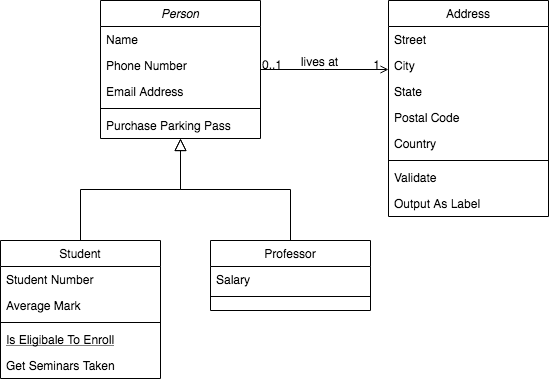
nicolaszanni/Programaci-n1 keeps this draw.io diagram as Untitled Diagram.png. Above is the earlier version. Source tidied: cells renumbered, new cells last; positions are measured from the earlier drawing's top-left corner, leaving out a move shared by most shapes. Source of this version:
```xml
<mxGraphModel>
  <root>
    <mxCell id="0" />
    <mxCell id="1" parent="0" />
    <mxCell id="2" value="Person" style="swimlane;fontStyle=2;align=center;verticalAlign=top;horizontal=1;startSize=26;rounded=0;shadow=0;strokeWidth=1;" parent="1" vertex="1">
      <mxGeometry x="100" width="160" height="138" as="geometry" />
    </mxCell>
    <mxCell id="3" value="Name" style="text;align=left;verticalAlign=top;spacingLeft=4;spacingRight=4;overflow=hidden;" parent="2" vertex="1">
      <mxGeometry y="26" width="160" height="26" as="geometry" />
    </mxCell>
    <mxCell id="4" value="Phone Number" style="text;align=left;verticalAlign=top;spacingLeft=4;spacingRight=4;overflow=hidden;rounded=0;shadow=0;html=0;" parent="2" vertex="1">
      <mxGeometry y="52" width="160" height="26" as="geometry" />
    </mxCell>
    <mxCell id="5" value="Email Address" style="text;align=left;verticalAlign=top;spacingLeft=4;spacingRight=4;overflow=hidden;rounded=0;shadow=0;html=0;" parent="2" vertex="1">
      <mxGeometry y="78" width="160" height="26" as="geometry" />
    </mxCell>
    <mxCell id="6" style="line;html=1;strokeWidth=1;align=left;verticalAlign=middle;spacingTop=-1;spacingLeft=3;spacingRight=3;labelPosition=right;" parent="2" vertex="1">
      <mxGeometry y="104" width="160" height="8" as="geometry" />
    </mxCell>
    <mxCell id="7" value="Purchase Parking Pass" style="text;align=left;verticalAlign=top;spacingLeft=4;spacingRight=4;overflow=hidden;" parent="2" vertex="1">
      <mxGeometry y="112" width="160" height="26" as="geometry" />
    </mxCell>
    <mxCell id="8" value="Student" style="swimlane;fontStyle=0;align=center;verticalAlign=top;horizontal=1;startSize=26;rounded=0;shadow=0;strokeWidth=1;" parent="1" vertex="1">
      <mxGeometry y="240" width="160" height="138" as="geometry" />
    </mxCell>
    <mxCell id="9" value="Student Number" style="text;align=left;verticalAlign=top;spacingLeft=4;spacingRight=4;overflow=hidden;" parent="8" vertex="1">
      <mxGeometry y="26" width="160" height="26" as="geometry" />
    </mxCell>
    <mxCell id="10" value="Average Mark" style="text;align=left;verticalAlign=top;spacingLeft=4;spacingRight=4;overflow=hidden;rounded=0;shadow=0;html=0;" parent="8" vertex="1">
      <mxGeometry y="52" width="160" height="26" as="geometry" />
    </mxCell>
    <mxCell id="11" style="line;html=1;strokeWidth=1;align=left;verticalAlign=middle;spacingTop=-1;spacingLeft=3;spacingRight=3;labelPosition=right;" parent="8" vertex="1">
      <mxGeometry y="78" width="160" height="8" as="geometry" />
    </mxCell>
    <mxCell id="12" value="Is Eligibale To Enroll" style="text;align=left;verticalAlign=top;spacingLeft=4;spacingRight=4;overflow=hidden;fontStyle=4;" parent="8" vertex="1">
      <mxGeometry y="86" width="160" height="26" as="geometry" />
    </mxCell>
    <mxCell id="13" value="Get Seminars Taken" style="text;align=left;verticalAlign=top;spacingLeft=4;spacingRight=4;overflow=hidden;" parent="8" vertex="1">
      <mxGeometry y="112" width="160" height="26" as="geometry" />
    </mxCell>
    <mxCell id="14" style="endArrow=block;endSize=10;endFill=0;shadow=0;strokeWidth=1;rounded=0;edgeStyle=elbowEdgeStyle;elbow=vertical;" parent="1" edge="1" source="8" target="2">
      <mxGeometry relative="1" as="geometry" />
    </mxCell>
    <mxCell id="15" value="Professor" style="swimlane;fontStyle=0;align=center;verticalAlign=top;horizontal=1;startSize=26;rounded=0;shadow=0;strokeWidth=1;" parent="1" vertex="1">
      <mxGeometry x="210" y="240" width="160" height="70" as="geometry" />
    </mxCell>
    <mxCell id="16" value="Salary" style="text;align=left;verticalAlign=top;spacingLeft=4;spacingRight=4;overflow=hidden;" parent="15" vertex="1">
      <mxGeometry y="26" width="160" height="26" as="geometry" />
    </mxCell>
    <mxCell id="17" style="line;html=1;strokeWidth=1;align=left;verticalAlign=middle;spacingTop=-1;spacingLeft=3;spacingRight=3;labelPosition=right;" parent="15" vertex="1">
      <mxGeometry y="52" width="160" height="8" as="geometry" />
    </mxCell>
    <mxCell id="18" style="endArrow=block;endSize=10;endFill=0;shadow=0;strokeWidth=1;rounded=0;edgeStyle=elbowEdgeStyle;elbow=vertical;" parent="1" edge="1" source="15" target="2">
      <mxGeometry relative="1" as="geometry" />
    </mxCell>
    <mxCell id="19" value="Address" style="swimlane;fontStyle=0;align=center;verticalAlign=top;horizontal=1;startSize=26;rounded=0;shadow=0;strokeWidth=1;" parent="1" vertex="1">
      <mxGeometry x="388" width="160" height="216" as="geometry" />
    </mxCell>
    <mxCell id="20" value="Street" style="text;align=left;verticalAlign=top;spacingLeft=4;spacingRight=4;overflow=hidden;" parent="19" vertex="1">
      <mxGeometry y="26" width="160" height="26" as="geometry" />
    </mxCell>
    <mxCell id="21" value="City" style="text;align=left;verticalAlign=top;spacingLeft=4;spacingRight=4;overflow=hidden;rounded=0;shadow=0;html=0;" parent="19" vertex="1">
      <mxGeometry y="52" width="160" height="26" as="geometry" />
    </mxCell>
    <mxCell id="22" value="State" style="text;align=left;verticalAlign=top;spacingLeft=4;spacingRight=4;overflow=hidden;rounded=0;shadow=0;html=0;" parent="19" vertex="1">
      <mxGeometry y="78" width="160" height="26" as="geometry" />
    </mxCell>
    <mxCell id="23" value="Postal Code" style="text;align=left;verticalAlign=top;spacingLeft=4;spacingRight=4;overflow=hidden;rounded=0;shadow=0;html=0;" parent="19" vertex="1">
      <mxGeometry y="104" width="160" height="26" as="geometry" />
    </mxCell>
    <mxCell id="24" value="Country" style="text;align=left;verticalAlign=top;spacingLeft=4;spacingRight=4;overflow=hidden;rounded=0;shadow=0;html=0;" parent="19" vertex="1">
      <mxGeometry y="130" width="160" height="26" as="geometry" />
    </mxCell>
    <mxCell id="25" style="line;html=1;strokeWidth=1;align=left;verticalAlign=middle;spacingTop=-1;spacingLeft=3;spacingRight=3;labelPosition=right;" parent="19" vertex="1">
      <mxGeometry y="156" width="160" height="8" as="geometry" />
    </mxCell>
    <mxCell id="26" value="Validate" style="text;align=left;verticalAlign=top;spacingLeft=4;spacingRight=4;overflow=hidden;" parent="19" vertex="1">
      <mxGeometry y="164" width="160" height="26" as="geometry" />
    </mxCell>
    <mxCell id="27" value="Output As Label" style="text;align=left;verticalAlign=top;spacingLeft=4;spacingRight=4;overflow=hidden;" parent="19" vertex="1">
      <mxGeometry y="190" width="160" height="26" as="geometry" />
    </mxCell>
    <mxCell id="28" style="endArrow=open;shadow=0;strokeWidth=1;rounded=0;endFill=1;edgeStyle=elbowEdgeStyle;elbow=vertical;" parent="1" edge="1" source="2" target="19">
      <mxGeometry x="0.5" y="41" relative="1" as="geometry">
        <mxPoint x="-40" y="32" as="offset" />
      </mxGeometry>
    </mxCell>
    <mxCell id="29" value="0..1" style="align=left;verticalAlign=bottom;labelBackgroundColor=none;fontSize=12;" parent="28" vertex="1">
      <mxGeometry x="-1" relative="1" as="geometry">
        <mxPoint y="4" as="offset" />
      </mxGeometry>
    </mxCell>
    <mxCell id="30" value="1" style="align=right;verticalAlign=bottom;labelBackgroundColor=none;fontSize=12;" parent="28" vertex="1">
      <mxGeometry x="1" relative="1" as="geometry">
        <mxPoint x="-7" y="4" as="offset" />
      </mxGeometry>
    </mxCell>
    <mxCell id="31" value="lives at" style="text;html=1;align=center;verticalAlign=middle;labelBackgroundColor=none;rounded=0;shadow=0;strokeWidth=1;fontSize=12;" parent="28" vertex="1">
      <mxGeometry x="0.5" y="49" relative="1" as="geometry">
        <mxPoint x="-38" y="40" as="offset" />
      </mxGeometry>
    </mxCell>
  </root>
</mxGraphModel>
```
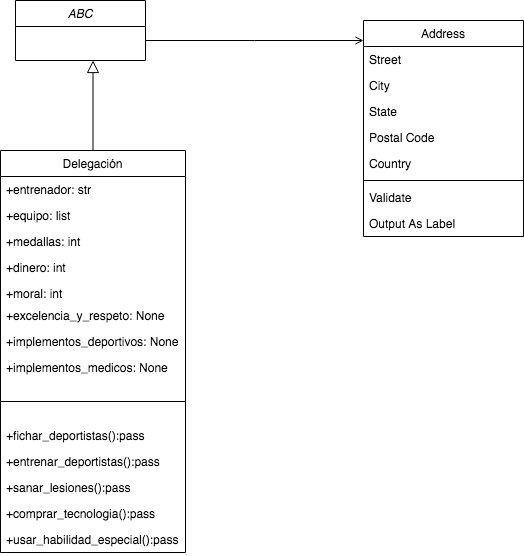
After the commit.

Commit message:
Diagrama de Clases T01

What changed in the source:
```diff
@@ -2,57 +2,13 @@
   <root>
     <mxCell id="0" />
     <mxCell id="1" parent="0" />
-    <mxCell id="2" value="Person" style="swimlane;fontStyle=2;align=center;verticalAlign=top;horizontal=1;startSize=26;rounded=0;shadow=0;strokeWidth=1;" parent="1" vertex="1">
-      <mxGeometry x="100" width="160" height="138" as="geometry" />
-    </mxCell>
-    <mxCell id="3" value="Name" style="text;align=left;verticalAlign=top;spacingLeft=4;spacingRight=4;overflow=hidden;" parent="2" vertex="1">
-      <mxGeometry y="26" width="160" height="26" as="geometry" />
-    </mxCell>
-    <mxCell id="4" value="Phone Number" style="text;align=left;verticalAlign=top;spacingLeft=4;spacingRight=4;overflow=hidden;rounded=0;shadow=0;html=0;" parent="2" vertex="1">
-      <mxGeometry y="52" width="160" height="26" as="geometry" />
-    </mxCell>
-    <mxCell id="5" value="Email Address" style="text;align=left;verticalAlign=top;spacingLeft=4;spacingRight=4;overflow=hidden;rounded=0;shadow=0;html=0;" parent="2" vertex="1">
-      <mxGeometry y="78" width="160" height="26" as="geometry" />
-    </mxCell>
-    <mxCell id="6" style="line;html=1;strokeWidth=1;align=left;verticalAlign=middle;spacingTop=-1;spacingLeft=3;spacingRight=3;labelPosition=right;" parent="2" vertex="1">
-      <mxGeometry y="104" width="160" height="8" as="geometry" />
-    </mxCell>
-    <mxCell id="7" value="Purchase Parking Pass" style="text;align=left;verticalAlign=top;spacingLeft=4;spacingRight=4;overflow=hidden;" parent="2" vertex="1">
-      <mxGeometry y="112" width="160" height="26" as="geometry" />
-    </mxCell>
-    <mxCell id="8" value="Student" style="swimlane;fontStyle=0;align=center;verticalAlign=top;horizontal=1;startSize=26;rounded=0;shadow=0;strokeWidth=1;" parent="1" vertex="1">
-      <mxGeometry y="240" width="160" height="138" as="geometry" />
-    </mxCell>
-    <mxCell id="9" value="Student Number" style="text;align=left;verticalAlign=top;spacingLeft=4;spacingRight=4;overflow=hidden;" parent="8" vertex="1">
-      <mxGeometry y="26" width="160" height="26" as="geometry" />
-    </mxCell>
-    <mxCell id="10" value="Average Mark" style="text;align=left;verticalAlign=top;spacingLeft=4;spacingRight=4;overflow=hidden;rounded=0;shadow=0;html=0;" parent="8" vertex="1">
-      <mxGeometry y="52" width="160" height="26" as="geometry" />
-    </mxCell>
-    <mxCell id="11" style="line;html=1;strokeWidth=1;align=left;verticalAlign=middle;spacingTop=-1;spacingLeft=3;spacingRight=3;labelPosition=right;" parent="8" vertex="1">
-      <mxGeometry y="78" width="160" height="8" as="geometry" />
-    </mxCell>
-    <mxCell id="12" value="Is Eligibale To Enroll" style="text;align=left;verticalAlign=top;spacingLeft=4;spacingRight=4;overflow=hidden;fontStyle=4;" parent="8" vertex="1">
-      <mxGeometry y="86" width="160" height="26" as="geometry" />
-    </mxCell>
-    <mxCell id="13" value="Get Seminars Taken" style="text;align=left;verticalAlign=top;spacingLeft=4;spacingRight=4;overflow=hidden;" parent="8" vertex="1">
-      <mxGeometry y="112" width="160" height="26" as="geometry" />
-    </mxCell>
     <mxCell id="14" style="endArrow=block;endSize=10;endFill=0;shadow=0;strokeWidth=1;rounded=0;edgeStyle=elbowEdgeStyle;elbow=vertical;" parent="1" edge="1" source="8" target="2">
-      <mxGeometry relative="1" as="geometry" />
+      <mxGeometry relative="1" as="geometry">
+        <Array as="points">
+          <mxPoint x="105" y="180" />
+        </Array>
+      </mxGeometry>
     </mxCell>
-    <mxCell id="15" value="Professor" style="swimlane;fontStyle=0;align=center;verticalAlign=top;horizontal=1;startSize=26;rounded=0;shadow=0;strokeWidth=1;" parent="1" vertex="1">
-      <mxGeometry x="210" y="240" width="160" height="70" as="geometry" />
-    </mxCell>
-    <mxCell id="16" value="Salary" style="text;align=left;verticalAlign=top;spacingLeft=4;spacingRight=4;overflow=hidden;" parent="15" vertex="1">
-      <mxGeometry y="26" width="160" height="26" as="geometry" />
-    </mxCell>
-    <mxCell id="17" style="line;html=1;strokeWidth=1;align=left;verticalAlign=middle;spacingTop=-1;spacingLeft=3;spacingRight=3;labelPosition=right;" parent="15" vertex="1">
-      <mxGeometry y="52" width="160" height="8" as="geometry" />
-    </mxCell>
-    <mxCell id="18" style="endArrow=block;endSize=10;endFill=0;shadow=0;strokeWidth=1;rounded=0;edgeStyle=elbowEdgeStyle;elbow=vertical;" parent="1" edge="1" source="15" target="2">
-      <mxGeometry relative="1" as="geometry" />
-    </mxCell>
     <mxCell id="19" value="Address" style="swimlane;fontStyle=0;align=center;verticalAlign=top;horizontal=1;startSize=26;rounded=0;shadow=0;strokeWidth=1;" parent="1" vertex="1">
       <mxGeometry x="388" width="160" height="216" as="geometry" />
     </mxCell>
@@ -85,20 +41,53 @@
         <mxPoint x="-40" y="32" as="offset" />
       </mxGeometry>
     </mxCell>
-    <mxCell id="29" value="0..1" style="align=left;verticalAlign=bottom;labelBackgroundColor=none;fontSize=12;" parent="28" vertex="1">
-      <mxGeometry x="-1" relative="1" as="geometry">
-        <mxPoint y="4" as="offset" />
-      </mxGeometry>
-    </mxCell>
-    <mxCell id="30" value="1" style="align=right;verticalAlign=bottom;labelBackgroundColor=none;fontSize=12;" parent="28" vertex="1">
-      <mxGeometry x="1" relative="1" as="geometry">
-        <mxPoint x="-7" y="4" as="offset" />
-      </mxGeometry>
-    </mxCell>
-    <mxCell id="31" value="lives at" style="text;html=1;align=center;verticalAlign=middle;labelBackgroundColor=none;rounded=0;shadow=0;strokeWidth=1;fontSize=12;" parent="28" vertex="1">
-      <mxGeometry x="0.5" y="49" relative="1" as="geometry">
-        <mxPoint x="-38" y="40" as="offset" />
-      </mxGeometry>
-    </mxCell>
+    <mxCell id="2" value="ABC" style="swimlane;fontStyle=2;align=center;verticalAlign=top;horizontal=1;startSize=26;rounded=0;shadow=0;strokeWidth=1;" parent="1" vertex="1">
+      <mxGeometry x="40" y="-20" width="130" height="60" as="geometry" />
+    </mxCell>
+    <mxCell id="8" value="Delegación" style="swimlane;fontStyle=0;align=center;verticalAlign=top;horizontal=1;startSize=26;rounded=0;shadow=0;strokeWidth=1;" parent="1" vertex="1">
+      <mxGeometry x="25" y="130" width="185" height="402" as="geometry" />
+    </mxCell>
+    <mxCell id="9" value="+entrenador: str" style="text;align=left;verticalAlign=top;spacingLeft=4;spacingRight=4;overflow=hidden;" parent="8" vertex="1">
+      <mxGeometry y="26" width="185" height="26" as="geometry" />
+    </mxCell>
+    <mxCell id="10" value="+equipo: list" style="text;align=left;verticalAlign=top;spacingLeft=4;spacingRight=4;overflow=hidden;rounded=0;shadow=0;html=0;" parent="8" vertex="1">
+      <mxGeometry y="52" width="185" height="26" as="geometry" />
+    </mxCell>
+    <mxCell id="32" value="+medallas: int" style="text;align=left;verticalAlign=top;spacingLeft=4;spacingRight=4;overflow=hidden;rounded=0;shadow=0;html=0;" parent="8" vertex="1">
+      <mxGeometry y="78" width="185" height="26" as="geometry" />
+    </mxCell>
+    <mxCell id="33" value="+dinero: int" style="text;align=left;verticalAlign=top;spacingLeft=4;spacingRight=4;overflow=hidden;rounded=0;shadow=0;html=0;" parent="8" vertex="1">
+      <mxGeometry y="104" width="185" height="26" as="geometry" />
+    </mxCell>
+    <mxCell id="34" value="+moral: int" style="text;align=left;verticalAlign=top;spacingLeft=4;spacingRight=4;overflow=hidden;rounded=0;shadow=0;html=0;" parent="8" vertex="1">
+      <mxGeometry y="130" width="185" height="22" as="geometry" />
+    </mxCell>
+    <mxCell id="35" value="+excelencia_y_respeto: None" style="text;align=left;verticalAlign=top;spacingLeft=4;spacingRight=4;overflow=hidden;rounded=0;shadow=0;html=0;" parent="8" vertex="1">
+      <mxGeometry y="152" width="185" height="26" as="geometry" />
+    </mxCell>
+    <mxCell id="36" value="+implementos_deportivos: None" style="text;align=left;verticalAlign=top;spacingLeft=4;spacingRight=4;overflow=hidden;rounded=0;shadow=0;html=0;" parent="8" vertex="1">
+      <mxGeometry y="178" width="185" height="26" as="geometry" />
+    </mxCell>
+    <mxCell id="37" value="+implementos_medicos: None" style="text;align=left;verticalAlign=top;spacingLeft=4;spacingRight=4;overflow=hidden;rounded=0;shadow=0;html=0;" parent="8" vertex="1">
+      <mxGeometry y="204" width="185" height="26" as="geometry" />
+    </mxCell>
+    <mxCell id="11" style="line;html=1;strokeWidth=1;align=left;verticalAlign=middle;spacingTop=-1;spacingLeft=3;spacingRight=3;labelPosition=right;" parent="8" vertex="1">
+      <mxGeometry y="230" width="185" height="42" as="geometry" />
+    </mxCell>
+    <mxCell id="13" value="+fichar_deportistas():pass" style="text;align=left;verticalAlign=top;spacingLeft=4;spacingRight=4;overflow=hidden;" parent="8" vertex="1">
+      <mxGeometry y="272" width="185" height="26" as="geometry" />
+    </mxCell>
+    <mxCell id="38" value="+entrenar_deportistas():pass" style="text;align=left;verticalAlign=top;spacingLeft=4;spacingRight=4;overflow=hidden;" parent="8" vertex="1">
+      <mxGeometry y="298" width="185" height="26" as="geometry" />
+    </mxCell>
+    <mxCell id="39" value="+sanar_lesiones():pass" style="text;align=left;verticalAlign=top;spacingLeft=4;spacingRight=4;overflow=hidden;" parent="8" vertex="1">
+      <mxGeometry y="324" width="185" height="26" as="geometry" />
+    </mxCell>
+    <mxCell id="40" value="+comprar_tecnologia():pass" style="text;align=left;verticalAlign=top;spacingLeft=4;spacingRight=4;overflow=hidden;" parent="8" vertex="1">
+      <mxGeometry y="350" width="185" height="26" as="geometry" />
+    </mxCell>
+    <mxCell id="41" value="+usar_habilidad_especial():pass" style="text;align=left;verticalAlign=top;spacingLeft=4;spacingRight=4;overflow=hidden;" parent="8" vertex="1">
+      <mxGeometry y="376" width="185" height="26" as="geometry" />
+    </mxCell>
   </root>
 </mxGraphModel>
```
